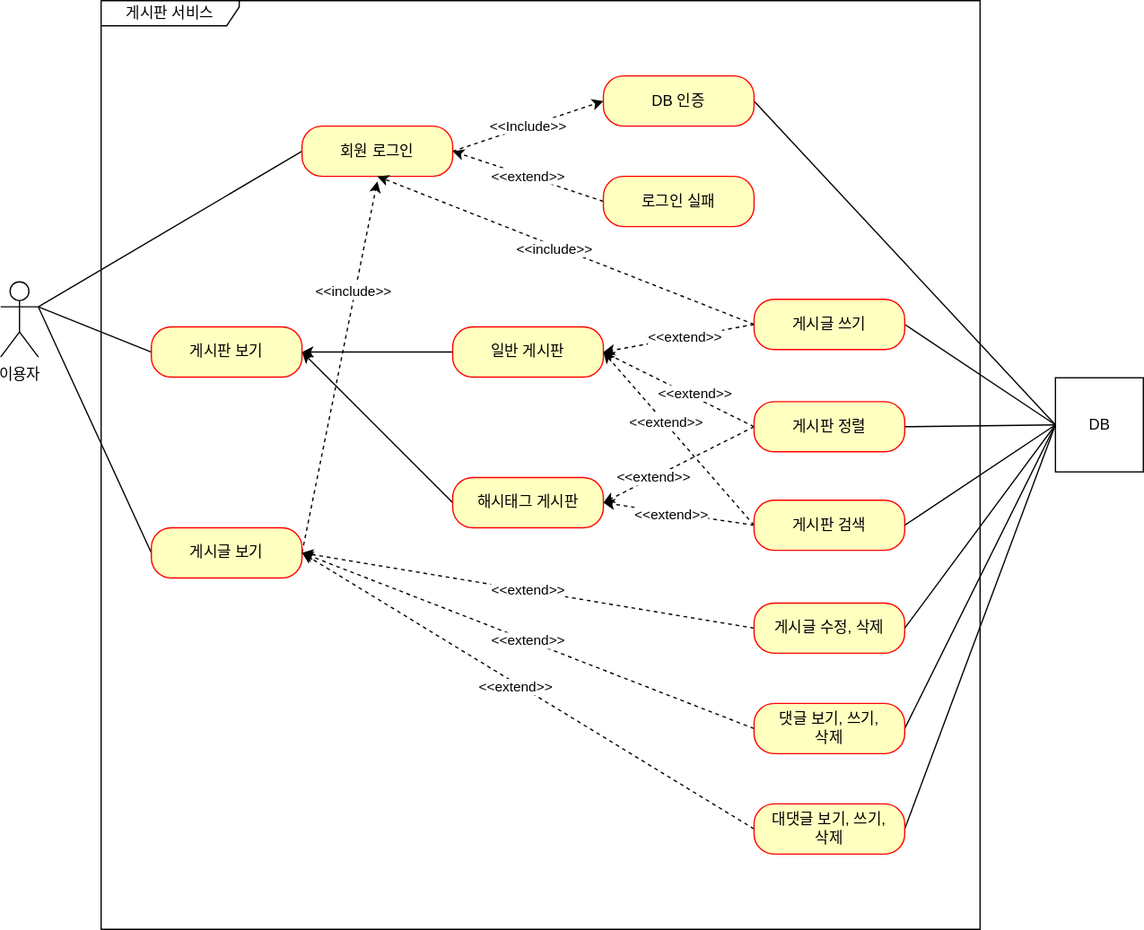
This is document/use-case.svg from NCookies/fastcampus-project-board, a draw.io export, as it was before one commit. Source tidied: cells renumbered, new cells last; positions are measured from the earlier drawing's top-left corner, leaving out a move shared by most shapes.
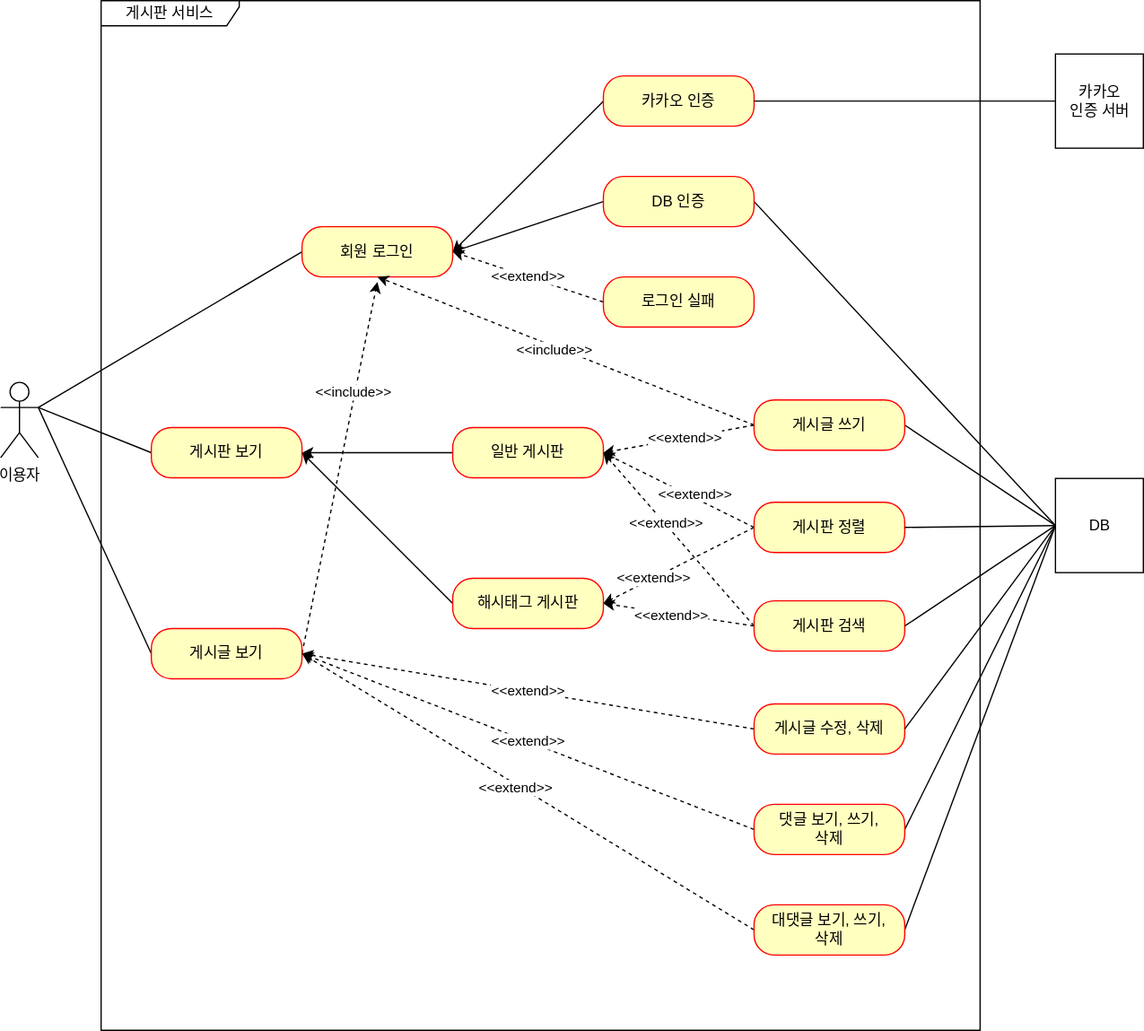
Later version of the same file.

Commit message:
#53 - use-case.svg: 카카오 인증 유즈 케이스 추가

- 대댓글은 미리 표현하였음

The edit, as a diff of the source:
```diff
@@ -6,7 +6,7 @@
       <mxGeometry y="224" width="30" height="60" as="geometry" />
     </mxCell>
     <mxCell id="3" value="게시판 서비스" style="shape=umlFrame;whiteSpace=wrap;html=1;width=110;height=20;" parent="1" vertex="1">
-      <mxGeometry x="80" width="700" height="740" as="geometry" />
+      <mxGeometry x="80" y="-80" width="700" height="820" as="geometry" />
     </mxCell>
     <mxCell id="4" style="rounded=0;jettySize=auto;html=1;exitX=0;exitY=0.5;exitDx=0;exitDy=0;entryX=1;entryY=0.5;entryDx=0;entryDy=0;" parent="1" edge="1" source="5" target="7">
       <mxGeometry relative="1" as="geometry" />
@@ -41,15 +41,15 @@
         <mxPoint x="30" y="244" as="targetPoint" />
       </mxGeometry>
     </mxCell>
-    <mxCell id="13" value="&amp;lt;&amp;lt;Include&amp;gt;&amp;gt;" style="rounded=0;jettySize=auto;html=1;exitX=1;exitY=0.5;exitDx=0;exitDy=0;entryX=0;entryY=0.5;entryDx=0;entryDy=0;dashed=1;" parent="1" edge="1" source="14" target="16">
-      <mxGeometry relative="1" as="geometry" />
-    </mxCell>
     <mxCell id="14" value="회원 로그인" style="rounded=1;whiteSpace=wrap;html=1;arcSize=40;fontColor=#000000;fillColor=#ffffc0;strokeColor=#ff0000;" parent="1" vertex="1">
       <mxGeometry x="240" y="100" width="120" height="40" as="geometry" />
     </mxCell>
     <mxCell id="15" style="edgeStyle=none;rounded=0;jettySize=auto;html=1;exitX=1;exitY=0.5;exitDx=0;exitDy=0;entryX=0;entryY=0.5;entryDx=0;entryDy=0;endArrow=none;endFill=0;" parent="1" edge="1" source="16" target="39">
       <mxGeometry relative="1" as="geometry" />
     </mxCell>
+    <mxCell id="52" style="edgeStyle=none;rounded=0;jettySize=auto;html=1;exitX=0;exitY=0.5;exitDx=0;exitDy=0;entryX=1;entryY=0.5;entryDx=0;entryDy=0;endArrow=classic;endFill=1;" parent="1" edge="1" source="16" target="14">
+      <mxGeometry relative="1" as="geometry" />
+    </mxCell>
     <mxCell id="16" value="DB 인증" style="rounded=1;whiteSpace=wrap;html=1;arcSize=40;fontColor=#000000;fillColor=#ffffc0;strokeColor=#ff0000;" parent="1" vertex="1">
       <mxGeometry x="480" y="60" width="120" height="40" as="geometry" />
     </mxCell>
@@ -162,5 +162,17 @@
     <mxCell id="51" value="대댓글 보기, 쓰기,&lt;br&gt;삭제" style="rounded=1;whiteSpace=wrap;html=1;arcSize=40;fontColor=#000000;fillColor=#ffffc0;strokeColor=#ff0000;" parent="1" vertex="1">
       <mxGeometry x="600" y="640" width="120" height="40" as="geometry" />
     </mxCell>
+    <mxCell id="53" style="rounded=0;jettySize=auto;html=1;exitX=0;exitY=0.5;exitDx=0;exitDy=0;entryX=1;entryY=0.5;entryDx=0;entryDy=0;endArrow=classic;endFill=1;" parent="1" edge="1" source="54" target="14">
+      <mxGeometry relative="1" as="geometry" />
+    </mxCell>
+    <mxCell id="54" value="카카오 인증" style="rounded=1;whiteSpace=wrap;html=1;arcSize=40;fontColor=#000000;fillColor=#ffffc0;strokeColor=#ff0000;" parent="1" vertex="1">
+      <mxGeometry x="480" y="-20" width="120" height="40" as="geometry" />
+    </mxCell>
+    <mxCell id="55" style="edgeStyle=orthogonalEdgeStyle;rounded=0;jettySize=auto;html=1;exitX=0;exitY=0.5;exitDx=0;exitDy=0;entryX=1;entryY=0.5;entryDx=0;entryDy=0;endArrow=none;endFill=0;" parent="1" edge="1" source="56" target="54">
+      <mxGeometry relative="1" as="geometry" />
+    </mxCell>
+    <mxCell id="56" value="카카오&lt;br&gt;인증 서버" style="html=1;" parent="1" vertex="1">
+      <mxGeometry x="840" y="-37.5" width="70" height="75" as="geometry" />
+    </mxCell>
   </root>
 </mxGraphModel>
```
